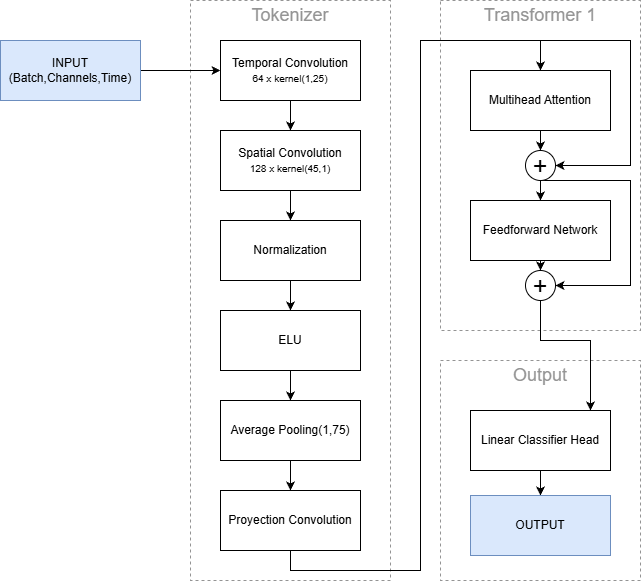
The draw.io diagram Memoria/plantilla_tfg_latex__1_/Imagenes/Bitmap/Esquema-Modelo.png in J0RGITO-SA3Z/TFG-BCI, before a commit. Source tidied: cells renumbered, new cells last; positions are measured from the earlier drawing's top-left corner, leaving out a move shared by most shapes.
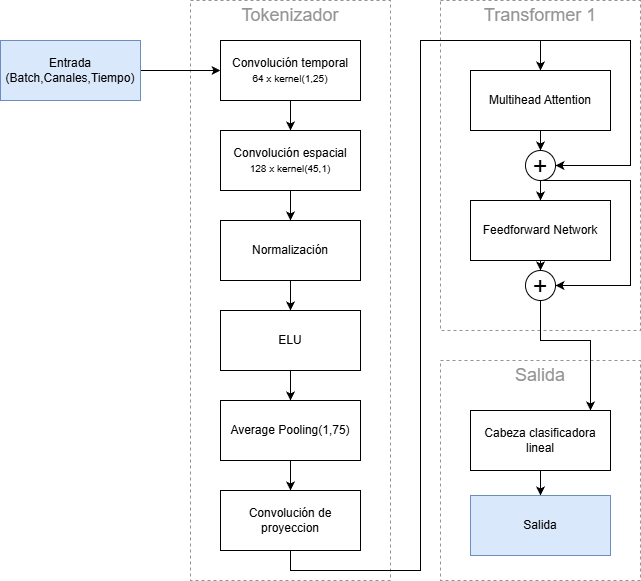
The same diagram one commit later.

The edit, as a diff of the source:
```diff
@@ -14,19 +14,19 @@
     <mxCell id="5" style="edgeStyle=orthogonalEdgeStyle;rounded=0;jettySize=auto;html=1;exitX=0.5;exitY=1;exitDx=0;exitDy=0;" parent="1" edge="1" source="6" target="8">
       <mxGeometry relative="1" as="geometry" />
     </mxCell>
-    <mxCell id="6" value="Temporal Convolution&lt;br&gt;&lt;font size=&quot;1&quot;&gt;64 x kernel(1,25)&lt;/font&gt;" style="whiteSpace=wrap;html=1;" parent="1" vertex="1">
+    <mxCell id="6" value="Convolución temporal&lt;br&gt;&lt;font size=&quot;1&quot;&gt;64 x kernel(1,25)&lt;/font&gt;" style="whiteSpace=wrap;html=1;" parent="1" vertex="1">
       <mxGeometry x="220" y="40" width="140" height="60" as="geometry" />
     </mxCell>
     <mxCell id="7" style="edgeStyle=orthogonalEdgeStyle;rounded=0;jettySize=auto;html=1;exitX=0.5;exitY=1;exitDx=0;exitDy=0;" parent="1" edge="1" source="8" target="10">
       <mxGeometry relative="1" as="geometry" />
     </mxCell>
-    <mxCell id="8" value="Spatial Convolution&lt;br&gt;&lt;font size=&quot;1&quot;&gt;128 x kernel(45,1)&lt;/font&gt;" style="whiteSpace=wrap;html=1;" parent="1" vertex="1">
+    <mxCell id="8" value="Convolución espacial&lt;br&gt;&lt;font size=&quot;1&quot;&gt;128 x kernel(45,1)&lt;/font&gt;" style="whiteSpace=wrap;html=1;" parent="1" vertex="1">
       <mxGeometry x="220" y="130" width="140" height="60" as="geometry" />
     </mxCell>
     <mxCell id="9" style="edgeStyle=orthogonalEdgeStyle;rounded=0;jettySize=auto;html=1;exitX=0.5;exitY=1;exitDx=0;exitDy=0;entryX=0.5;entryY=0;entryDx=0;entryDy=0;" parent="1" edge="1" source="10" target="12">
       <mxGeometry relative="1" as="geometry" />
     </mxCell>
-    <mxCell id="10" value="Normalization" style="whiteSpace=wrap;html=1;" parent="1" vertex="1">
+    <mxCell id="10" value="Normalización" style="whiteSpace=wrap;html=1;" parent="1" vertex="1">
       <mxGeometry x="220" y="220" width="140" height="60" as="geometry" />
     </mxCell>
     <mxCell id="11" style="edgeStyle=orthogonalEdgeStyle;rounded=0;jettySize=auto;html=1;exitX=0.5;exitY=1;exitDx=0;exitDy=0;entryX=0.5;entryY=0;entryDx=0;entryDy=0;" parent="1" edge="1" source="12" target="14">
@@ -62,7 +62,7 @@
         </Array>
       </mxGeometry>
     </mxCell>
-    <mxCell id="17" value="Proyection Convolution" style="whiteSpace=wrap;html=1;" parent="1" vertex="1">
+    <mxCell id="17" value="Convolución de&lt;br&gt;proyeccion" style="whiteSpace=wrap;html=1;" parent="1" vertex="1">
       <mxGeometry x="220" y="490" width="140" height="60" as="geometry" />
     </mxCell>
     <mxCell id="18" style="edgeStyle=orthogonalEdgeStyle;rounded=0;jettySize=auto;html=1;exitX=0.5;exitY=1;exitDx=0;exitDy=0;entryX=0.5;entryY=0;entryDx=0;entryDy=0;" parent="1" edge="1" source="19" target="23">
@@ -71,7 +71,7 @@
     <mxCell id="19" value="Multihead Attention" style="whiteSpace=wrap;html=1;" parent="1" vertex="1">
       <mxGeometry x="470" y="70" width="140" height="60" as="geometry" />
     </mxCell>
-    <mxCell id="20" value="&lt;font style=&quot;font-size: 18px; color: rgb(148, 148, 148);&quot;&gt;Tokenizer&lt;/font&gt;" style="text;html=1;whiteSpace=wrap;strokeColor=none;fillColor=none;align=center;verticalAlign=middle;rounded=0;" parent="1" vertex="1">
+    <mxCell id="20" value="&lt;font style=&quot;font-size: 18px; color: rgb(148, 148, 148);&quot;&gt;Tokenizador&lt;/font&gt;" style="text;html=1;whiteSpace=wrap;strokeColor=none;fillColor=none;align=center;verticalAlign=middle;rounded=0;" parent="1" vertex="1">
       <mxGeometry x="225" width="130" height="30" as="geometry" />
     </mxCell>
     <mxCell id="21" style="edgeStyle=orthogonalEdgeStyle;rounded=0;jettySize=auto;html=1;exitX=0.5;exitY=1;exitDx=0;exitDy=0;entryX=0.5;entryY=0;entryDx=0;entryDy=0;" parent="1" edge="1" source="23" target="25">
@@ -111,19 +111,19 @@
     <mxCell id="29" style="edgeStyle=orthogonalEdgeStyle;rounded=0;jettySize=auto;html=1;" parent="1" edge="1" source="30" target="31">
       <mxGeometry relative="1" as="geometry" />
     </mxCell>
-    <mxCell id="30" value="Linear Classifier Head" style="whiteSpace=wrap;html=1;" parent="1" vertex="1">
+    <mxCell id="30" value="Cabeza clasificadora&lt;br&gt;lineal" style="whiteSpace=wrap;html=1;" parent="1" vertex="1">
       <mxGeometry x="470" y="410" width="140" height="60" as="geometry" />
     </mxCell>
-    <mxCell id="31" value="OUTPUT" style="whiteSpace=wrap;html=1;fillColor=#dae8fc;strokeColor=#6c8ebf;" parent="1" vertex="1">
+    <mxCell id="31" value="Salida" style="whiteSpace=wrap;html=1;fillColor=#dae8fc;strokeColor=#6c8ebf;" parent="1" vertex="1">
       <mxGeometry x="470" y="495" width="140" height="60" as="geometry" />
     </mxCell>
     <mxCell id="32" style="edgeStyle=orthogonalEdgeStyle;rounded=0;jettySize=auto;html=1;exitX=1;exitY=0.5;exitDx=0;exitDy=0;entryX=0;entryY=0.5;entryDx=0;entryDy=0;" parent="1" edge="1" source="33" target="6">
       <mxGeometry relative="1" as="geometry" />
     </mxCell>
-    <mxCell id="33" value="INPUT&lt;br&gt;(Batch,Channels,Time)" style="whiteSpace=wrap;html=1;fillColor=#dae8fc;strokeColor=#6c8ebf;" parent="1" vertex="1">
+    <mxCell id="33" value="Entrada&lt;br&gt;(Batch,Canales,Tiempo)" style="whiteSpace=wrap;html=1;fillColor=#dae8fc;strokeColor=#6c8ebf;" parent="1" vertex="1">
       <mxGeometry y="40" width="140" height="60" as="geometry" />
     </mxCell>
-    <mxCell id="34" value="&lt;font color=&quot;#949494&quot;&gt;&lt;span style=&quot;font-size: 18px;&quot;&gt;Output&lt;/span&gt;&lt;/font&gt;" style="text;html=1;whiteSpace=wrap;strokeColor=none;fillColor=none;align=center;verticalAlign=middle;rounded=0;" parent="1" vertex="1">
+    <mxCell id="34" value="&lt;font color=&quot;#949494&quot;&gt;&lt;span style=&quot;font-size: 18px;&quot;&gt;Salida&lt;/span&gt;&lt;/font&gt;" style="text;html=1;whiteSpace=wrap;strokeColor=none;fillColor=none;align=center;verticalAlign=middle;rounded=0;" parent="1" vertex="1">
       <mxGeometry x="480" y="360" width="120" height="30" as="geometry" />
     </mxCell>
   </root>
```
